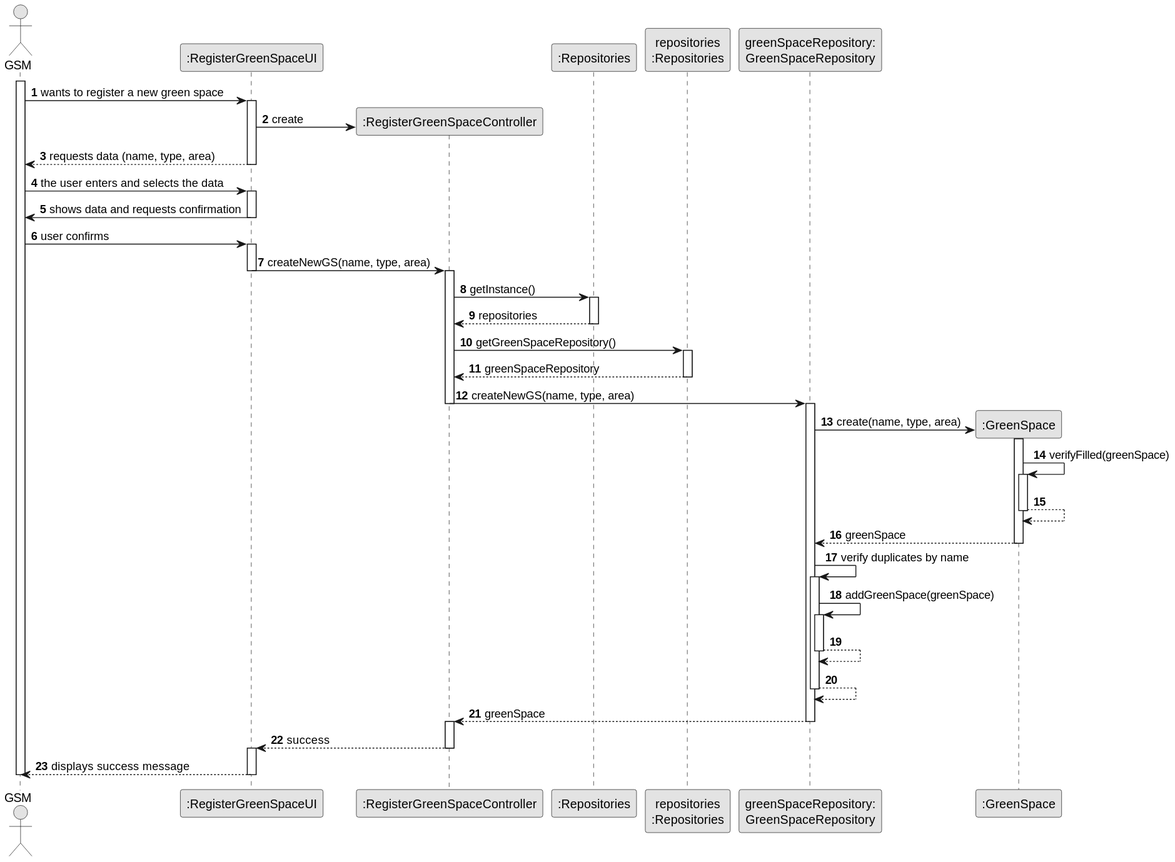
Earlier version of the PlantUML export docs/sprintC/us020/03.design/svg/us020-sequence-diagram-full.svg (ricardomm7/leaflink).
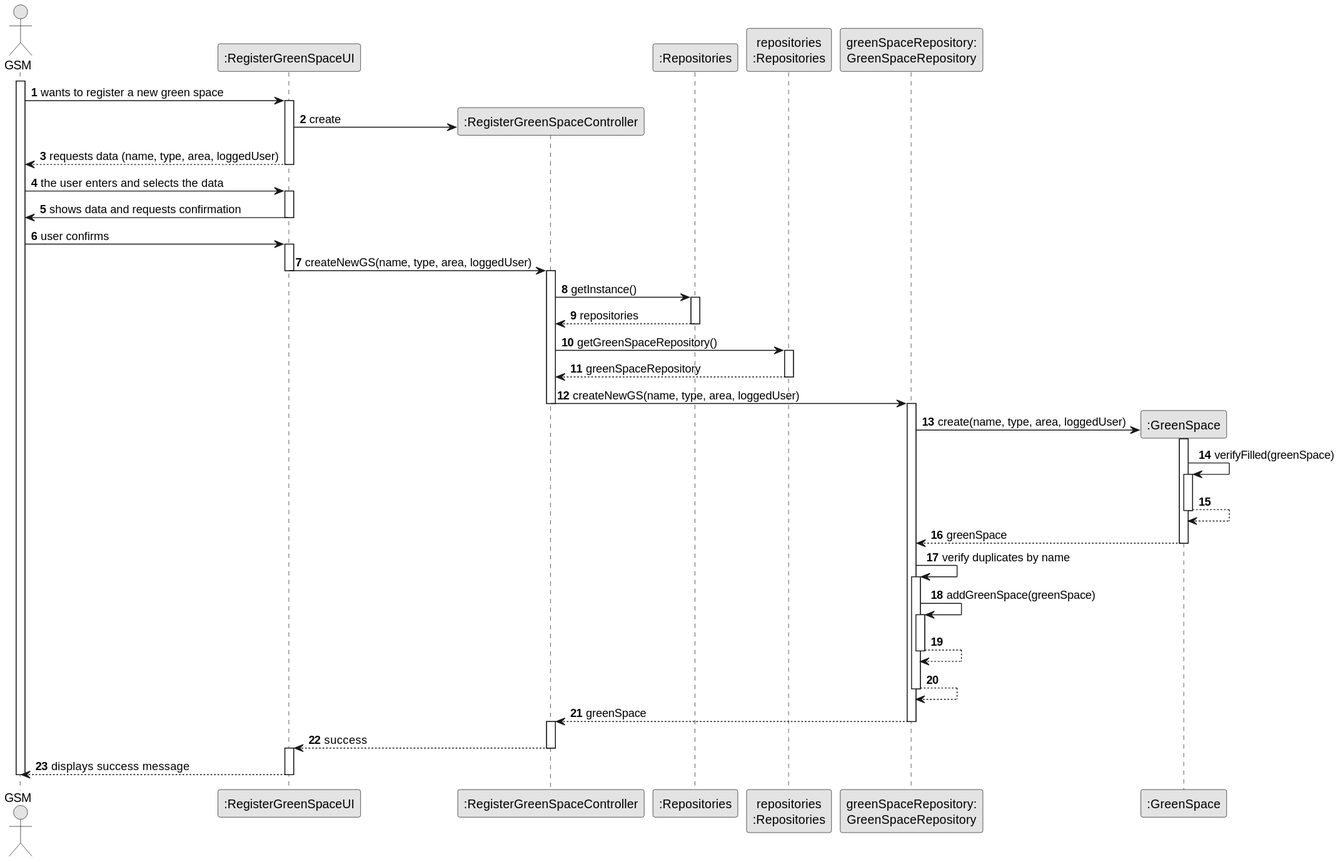
The same diagram one commit later.

The edit, as a diff of the source:
```diff
@@ -21,7 +21,7 @@
 
         UI -> CTRL** : create
 
-        UI --> GSM : requests data (name, type, area)
+        UI --> GSM : requests data (name, type, area, loggedUser)
         deactivate UI
 GSM -> UI : the user enters and selects the data
 activate UI
@@ -29,7 +29,7 @@
 deactivate UI
 GSM -> UI: user confirms
 activate UI
-UI -> CTRL : createNewGS(name, type, area)
+UI -> CTRL : createNewGS(name, type, area, loggedUser)
 deactivate UI
 activate CTRL
 CTRL -> RepositorySingleton : getInstance()
@@ -40,10 +40,10 @@
 activate PLAT
 PLAT -->  CTRL: greenSpaceRepository
 deactivate PLAT
-CTRL -> gsrepo : createNewGS(name, type, area)
+CTRL -> gsrepo : createNewGS(name, type, area, loggedUser)
 deactivate CTRL
 activate gsrepo
-gsrepo -> GS** : create(name, type, area)
+gsrepo -> GS** : create(name, type, area, loggedUser)
 activate GS
 GS -> GS : verifyFilled(greenSpace)
 activate GS
```
